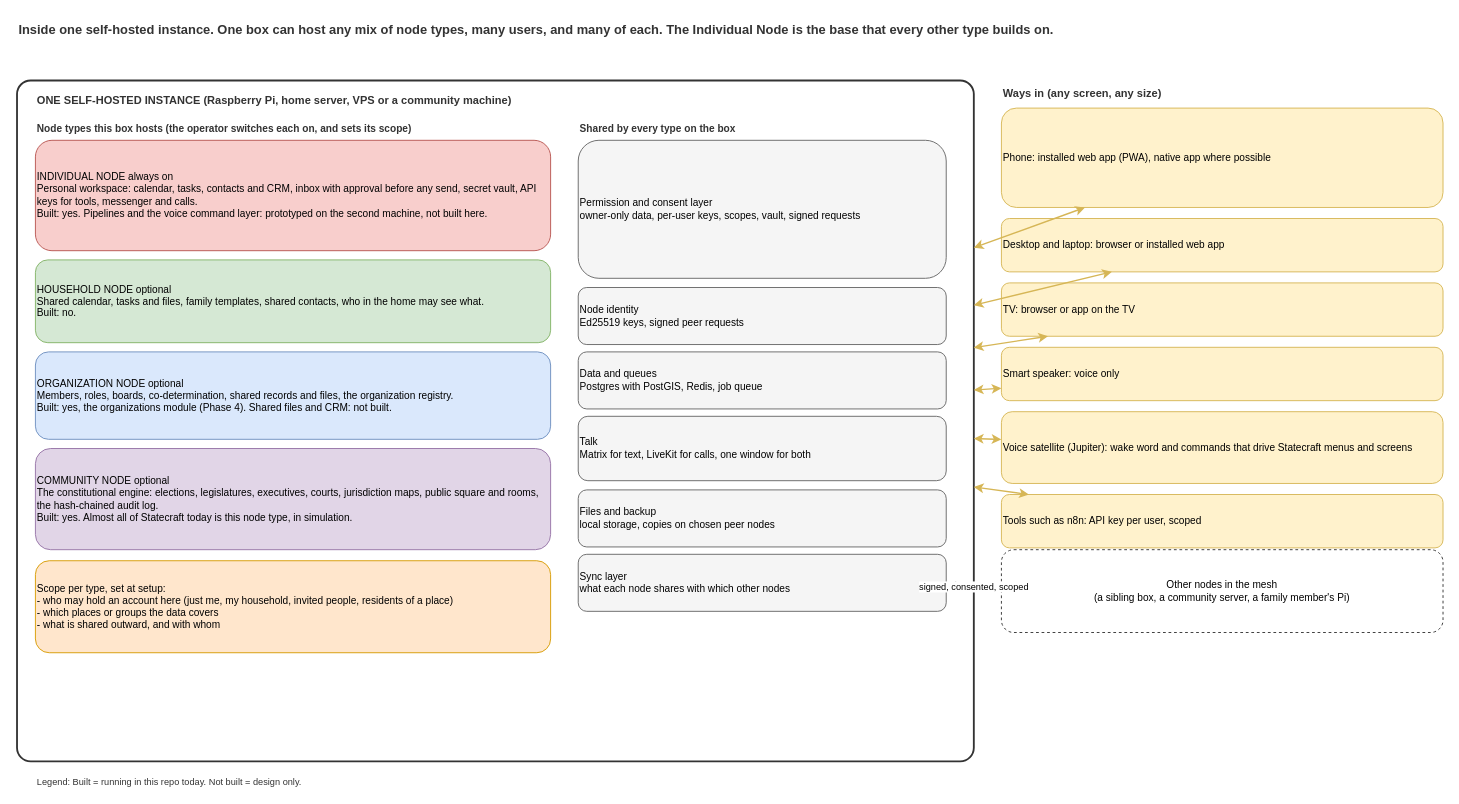
The draw.io diagram page "2 Inside one instance" (2 of 4) of docs/architecture/NODE_PARADIGM.drawio in CosmopolitanCoalition/fair-constitution-app, before the edit. Source tidied: cells renumbered, new cells numbered last; positions are measured from the earlier drawing's top-left corner, leaving out a move shared by most shapes. Both pictures are drawn from the tidied source at 92%, with x=0, y=0 at pixel (17, 16).
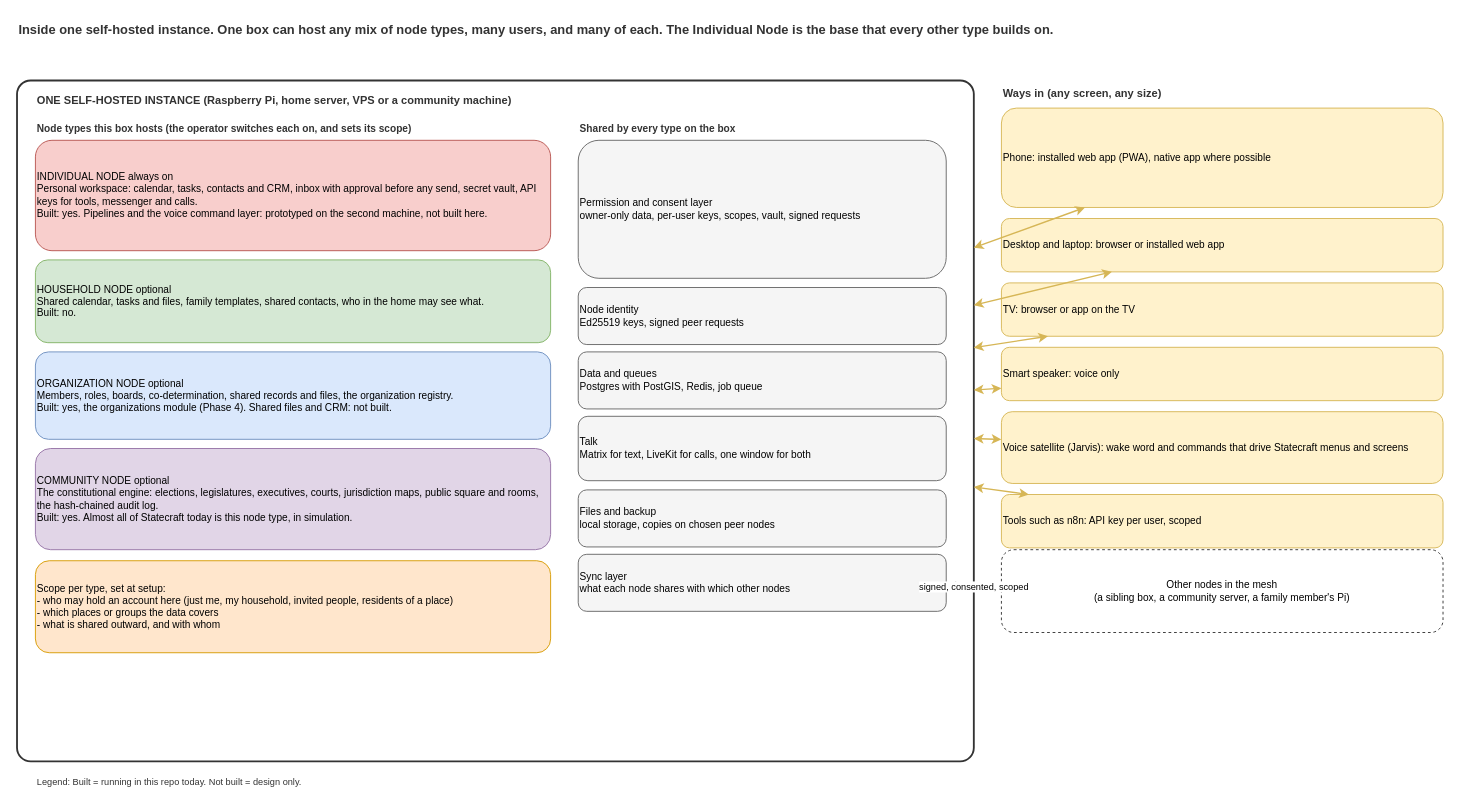
After the change.

Commit message (it also covers changes not shown here):
Redraw the mesh as the DNS address tree with device icons and an address-forms page; Jarvis names; drop host names from the node diagrams

Diff of the diagram source:
```diff
@@
-    <mxCell id="23" value="Voice satellite (Jupiter): wake word and commands that drive Statecraft menus and screens" style="rounded=1;whiteSpace=wrap;html=1;fillColor=#fff2cc;strokeColor=#d6b656;fontSize=11;align=left;verticalAlign=middle;" parent="1" vertex="1">
+    <mxCell id="23" value="Voice satellite (Jarvis): wake word and commands that drive Statecraft menus and screens" style="rounded=1;whiteSpace=wrap;html=1;fillColor=#fff2cc;strokeColor=#d6b656;fontSize=11;align=left;verticalAlign=middle;" parent="1" vertex="1">
       <mxGeometry x="1070" y="430" width="480" height="78" as="geometry" />
     </mxCell>
```
